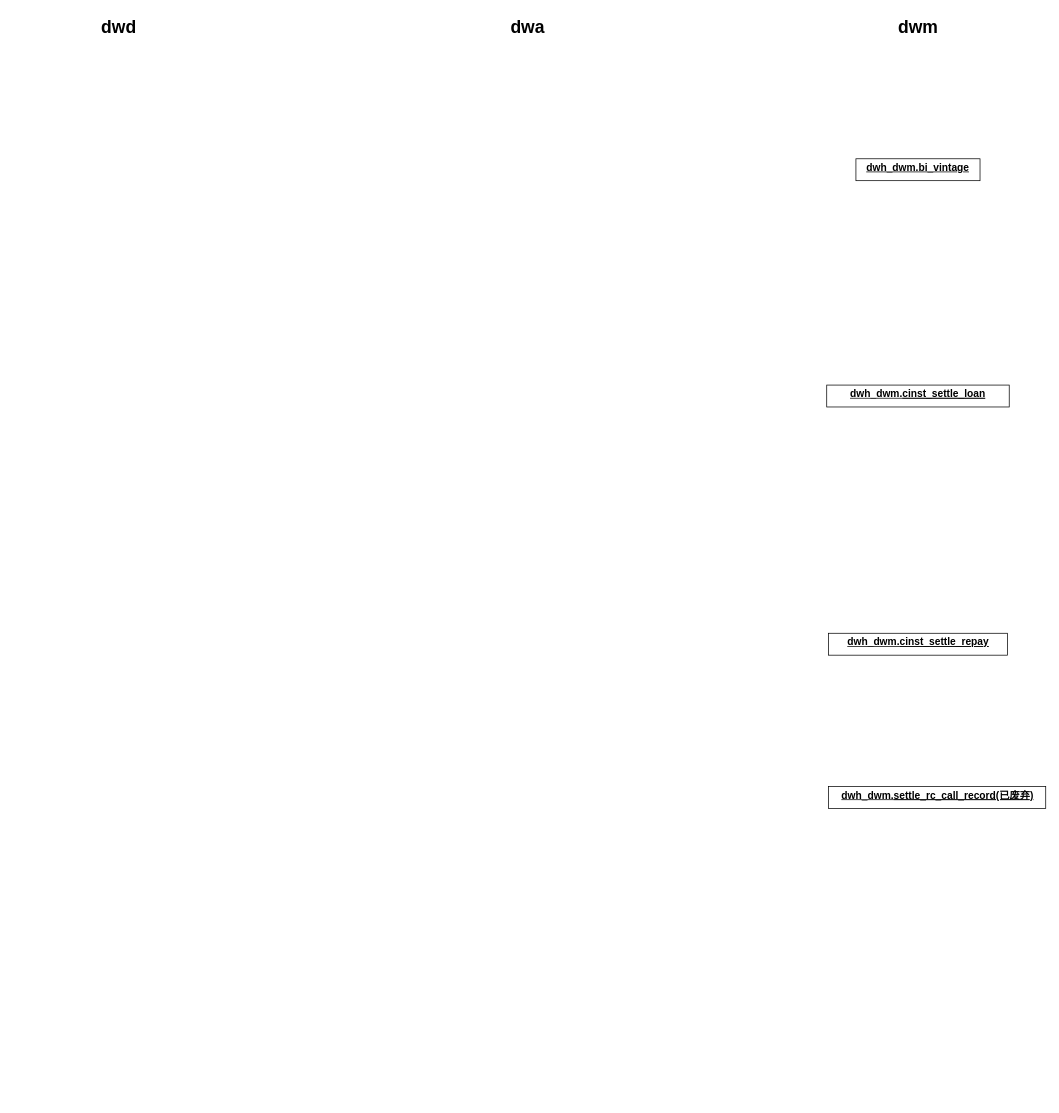
Before: dw_layers.drawio in wangsun870/drawio, a draw.io diagram. Source tidied: cells renumbered, new cells numbered last; positions are measured from the earlier drawing's top-left corner, leaving out a move shared by most shapes. Both pictures are drawn from the tidied source at 73%, with x=0, y=0 at pixel (82, 12).
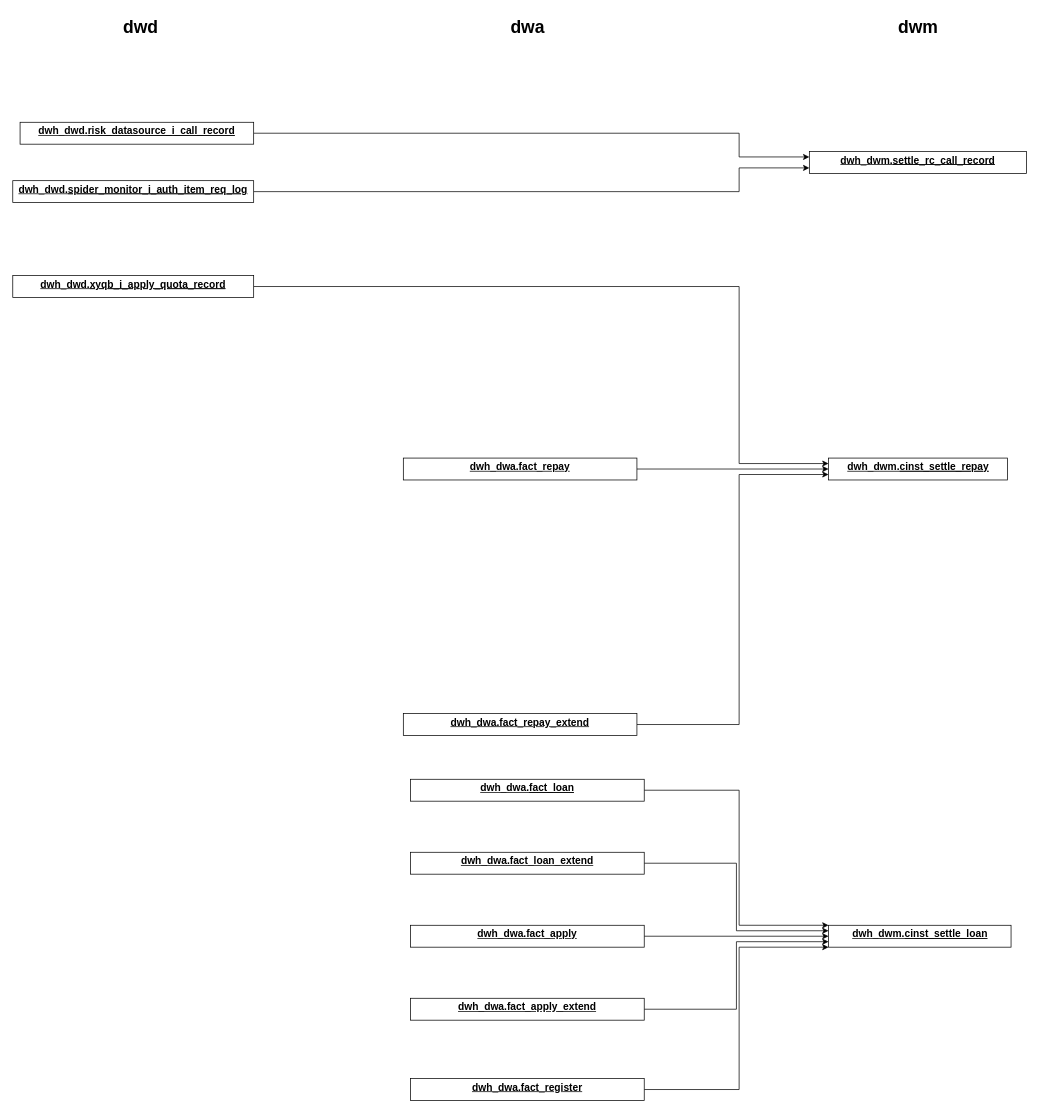
After the change.

What changed in the source:
```diff
@@
-    <mxCell id="2" value="&lt;p style=&quot;margin: 0px ; margin-top: 4px ; text-align: center ; text-decoration: underline&quot;&gt;&lt;b&gt;&lt;font style=&quot;font-size: 14px&quot;&gt;dwh_dwm.bi_vintage&lt;/font&gt;&lt;/b&gt;&lt;/p&gt;&lt;p style=&quot;margin: 0px ; margin-top: 4px ; text-align: center ; text-decoration: underline&quot;&gt;&lt;b&gt;&lt;br&gt;&lt;/b&gt;&lt;/p&gt;" style="verticalAlign=top;align=left;overflow=fill;fontSize=12;fontFamily=Helvetica;html=1;rounded=0;shadow=0;comic=0;labelBackgroundColor=none;strokeWidth=1;" parent="1" vertex="1">
-      <mxGeometry x="1060" y="200" width="170" height="30" as="geometry" />
-    </mxCell>
@@
     <mxCell id="5" value="dwd" style="text;strokeColor=none;fillColor=none;html=1;fontSize=24;fontStyle=1;verticalAlign=middle;align=center;" parent="1" vertex="1">
-      <mxGeometry width="100" height="40" as="geometry" />
+      <mxGeometry x="30" width="100" height="40" as="geometry" />
     </mxCell>
     <mxCell id="6" value="&lt;p style=&quot;margin: 0px ; margin-top: 4px ; text-align: center ; text-decoration: underline&quot;&gt;&lt;b&gt;&lt;font style=&quot;font-size: 14px&quot;&gt;dwh_dwm.&lt;/font&gt;&lt;/b&gt;&lt;b style=&quot;font-size: 14px&quot;&gt;&lt;u&gt;cinst_settle_loan&lt;/u&gt;&lt;/b&gt;&lt;/p&gt;&lt;p style=&quot;margin: 0px ; margin-top: 4px ; text-align: center ; text-decoration: underline&quot;&gt;&lt;b&gt;&lt;br&gt;&lt;/b&gt;&lt;/p&gt;" style="verticalAlign=top;align=left;overflow=fill;fontSize=12;fontFamily=Helvetica;html=1;rounded=0;shadow=0;comic=0;labelBackgroundColor=none;strokeWidth=1;" parent="1" vertex="1">
-      <mxGeometry x="1020" y="510" width="250" height="30" as="geometry" />
+      <mxGeometry x="1022.5" y="1250" width="250" height="30" as="geometry" />
     </mxCell>
     <mxCell id="7" value="&lt;p style=&quot;margin: 0px ; margin-top: 4px ; text-align: center ; text-decoration: underline&quot;&gt;&lt;b&gt;&lt;font style=&quot;font-size: 14px&quot;&gt;dwh_dwm.&lt;/font&gt;&lt;/b&gt;&lt;b style=&quot;font-size: 14px&quot;&gt;&lt;u&gt;cinst_settle_repay&lt;/u&gt;&lt;/b&gt;&lt;/p&gt;" style="verticalAlign=top;align=left;overflow=fill;fontSize=12;fontFamily=Helvetica;html=1;rounded=0;shadow=0;comic=0;labelBackgroundColor=none;strokeWidth=1;" parent="1" vertex="1">
-      <mxGeometry x="1022.5" y="850" width="245" height="30" as="geometry" />
+      <mxGeometry x="1022.5" y="610" width="245" height="30" as="geometry" />
     </mxCell>
-    <mxCell id="8" value="&lt;p style=&quot;margin: 0px ; margin-top: 4px ; text-align: center ; text-decoration: underline&quot;&gt;&lt;b&gt;&lt;font style=&quot;font-size: 14px&quot;&gt;dwh_dwm.&lt;/font&gt;&lt;/b&gt;&lt;b style=&quot;font-size: 14px&quot;&gt;&lt;u&gt;settle_rc_call_record(已废弃)&lt;/u&gt;&lt;/b&gt;&lt;/p&gt;" style="verticalAlign=top;align=left;overflow=fill;fontSize=12;fontFamily=Helvetica;html=1;rounded=0;shadow=0;comic=0;labelBackgroundColor=none;strokeWidth=1;" parent="1" vertex="1">
-      <mxGeometry x="1022.5" y="1060" width="297.5" height="30" as="geometry" />
+    <mxCell id="8" value="&lt;p style=&quot;margin: 0px ; margin-top: 4px ; text-align: center ; text-decoration: underline&quot;&gt;&lt;b&gt;&lt;font style=&quot;font-size: 14px&quot;&gt;dwh_dwm.&lt;/font&gt;&lt;/b&gt;&lt;b style=&quot;font-size: 14px&quot;&gt;&lt;u&gt;settle_rc_call_record&lt;/u&gt;&lt;/b&gt;&lt;/p&gt;" style="verticalAlign=top;align=left;overflow=fill;fontSize=12;fontFamily=Helvetica;html=1;rounded=0;shadow=0;comic=0;labelBackgroundColor=none;strokeWidth=1;" parent="1" vertex="1">
+      <mxGeometry x="996.2" y="190" width="297.5" height="30" as="geometry" />
     </mxCell>
+    <mxCell id="9" style="edgeStyle=orthogonalEdgeStyle;rounded=0;jettySize=auto;html=1;entryX=0;entryY=0.25;entryDx=0;entryDy=0;" parent="1" edge="1" source="10" target="8">
+      <mxGeometry relative="1" as="geometry">
+        <Array as="points">
+          <mxPoint x="900" y="165" />
+          <mxPoint x="900" y="198" />
+        </Array>
+      </mxGeometry>
+    </mxCell>
+    <mxCell id="10" value="&lt;p style=&quot;margin: 0px ; margin-top: 4px ; text-align: center ; text-decoration: underline&quot;&gt;&lt;b&gt;&lt;font style=&quot;font-size: 14px&quot;&gt;dwh_dwd.&lt;/font&gt;&lt;/b&gt;&lt;b style=&quot;font-size: 14px&quot;&gt;&lt;u&gt;risk_datasource_i_call_record&lt;/u&gt;&lt;/b&gt;&lt;/p&gt;&lt;p style=&quot;margin: 0px ; margin-top: 4px ; text-align: center ; text-decoration: underline&quot;&gt;&lt;b&gt;&lt;br&gt;&lt;/b&gt;&lt;/p&gt;" style="verticalAlign=top;align=left;overflow=fill;fontSize=12;fontFamily=Helvetica;html=1;rounded=0;shadow=0;comic=0;labelBackgroundColor=none;strokeWidth=1;" parent="1" vertex="1">
+      <mxGeometry x="-85" y="150" width="320" height="30" as="geometry" />
+    </mxCell>
+    <mxCell id="11" style="edgeStyle=orthogonalEdgeStyle;rounded=0;jettySize=auto;html=1;entryX=0;entryY=0.75;entryDx=0;entryDy=0;" parent="1" edge="1" source="12" target="8">
+      <mxGeometry relative="1" as="geometry">
+        <Array as="points">
+          <mxPoint x="900" y="245" />
+          <mxPoint x="900" y="213" />
+        </Array>
+      </mxGeometry>
+    </mxCell>
+    <mxCell id="12" value="&lt;p style=&quot;margin: 0px ; margin-top: 4px ; text-align: center ; text-decoration: underline&quot;&gt;&lt;b&gt;&lt;font style=&quot;font-size: 14px&quot;&gt;dwh_dwd.&lt;/font&gt;&lt;/b&gt;&lt;b style=&quot;font-size: 14px&quot;&gt;&lt;u&gt;spider_monitor_i_auth_item_req_log&lt;/u&gt;&lt;/b&gt;&lt;/p&gt;&lt;p style=&quot;margin: 0px ; margin-top: 4px ; text-align: center ; text-decoration: underline&quot;&gt;&lt;b&gt;&lt;br&gt;&lt;/b&gt;&lt;/p&gt;" style="verticalAlign=top;align=left;overflow=fill;fontSize=12;fontFamily=Helvetica;html=1;rounded=0;shadow=0;comic=0;labelBackgroundColor=none;strokeWidth=1;" parent="1" vertex="1">
+      <mxGeometry x="-95" y="230" width="330" height="30" as="geometry" />
+    </mxCell>
+    <mxCell id="13" style="edgeStyle=orthogonalEdgeStyle;rounded=0;jettySize=auto;html=1;entryX=0;entryY=0;entryDx=0;entryDy=0;" parent="1" edge="1" source="14" target="6">
+      <mxGeometry relative="1" as="geometry">
+        <Array as="points">
+          <mxPoint x="900" y="1065" />
+          <mxPoint x="900" y="1250" />
+        </Array>
+      </mxGeometry>
+    </mxCell>
+    <mxCell id="14" value="&lt;p style=&quot;margin: 0px ; margin-top: 4px ; text-align: center ; text-decoration: underline&quot;&gt;&lt;b&gt;&lt;font style=&quot;font-size: 14px&quot;&gt;dwh_dwa.&lt;/font&gt;&lt;/b&gt;&lt;b style=&quot;font-size: 14px&quot;&gt;&lt;u&gt;fact_loan&lt;/u&gt;&lt;/b&gt;&lt;/p&gt;&lt;p style=&quot;margin: 0px ; margin-top: 4px ; text-align: center ; text-decoration: underline&quot;&gt;&lt;b&gt;&lt;br&gt;&lt;/b&gt;&lt;/p&gt;" style="verticalAlign=top;align=left;overflow=fill;fontSize=12;fontFamily=Helvetica;html=1;rounded=0;shadow=0;comic=0;labelBackgroundColor=none;strokeWidth=1;" parent="1" vertex="1">
+      <mxGeometry x="450" y="1050" width="320" height="30" as="geometry" />
+    </mxCell>
+    <mxCell id="15" style="edgeStyle=orthogonalEdgeStyle;rounded=0;jettySize=auto;html=1;entryX=0;entryY=0.25;entryDx=0;entryDy=0;" parent="1" edge="1" source="16" target="6">
+      <mxGeometry relative="1" as="geometry" />
+    </mxCell>
+    <mxCell id="16" value="&lt;p style=&quot;margin: 4px 0px 0px ; text-align: center&quot;&gt;&lt;span style=&quot;font-size: 14px&quot;&gt;&lt;b&gt;&lt;u&gt;dwh_dwa.fact_loan_extend&lt;/u&gt;&lt;/b&gt;&lt;/span&gt;&lt;br&gt;&lt;/p&gt;" style="verticalAlign=top;align=left;overflow=fill;fontSize=12;fontFamily=Helvetica;html=1;rounded=0;shadow=0;comic=0;labelBackgroundColor=none;strokeWidth=1;" parent="1" vertex="1">
+      <mxGeometry x="450" y="1150" width="320" height="30" as="geometry" />
+    </mxCell>
+    <mxCell id="17" style="edgeStyle=orthogonalEdgeStyle;rounded=0;jettySize=auto;html=1;" parent="1" edge="1" source="18" target="7">
+      <mxGeometry relative="1" as="geometry" />
+    </mxCell>
+    <mxCell id="18" value="&lt;p style=&quot;margin: 4px 0px 0px ; text-align: center&quot;&gt;&lt;span style=&quot;font-size: 14px&quot;&gt;&lt;b&gt;&lt;u&gt;dwh_dwa.fact_repay&lt;/u&gt;&lt;/b&gt;&lt;/span&gt;&lt;br&gt;&lt;/p&gt;" style="verticalAlign=top;align=left;overflow=fill;fontSize=12;fontFamily=Helvetica;html=1;rounded=0;shadow=0;comic=0;labelBackgroundColor=none;strokeWidth=1;" parent="1" vertex="1">
+      <mxGeometry x="440" y="610" width="320" height="30" as="geometry" />
+    </mxCell>
+    <mxCell id="19" style="edgeStyle=orthogonalEdgeStyle;rounded=0;jettySize=auto;html=1;entryX=0;entryY=0.75;entryDx=0;entryDy=0;" parent="1" edge="1" source="20" target="7">
+      <mxGeometry relative="1" as="geometry">
+        <Array as="points">
+          <mxPoint x="900" y="975" />
+          <mxPoint x="900" y="633" />
+        </Array>
+      </mxGeometry>
+    </mxCell>
+    <mxCell id="20" value="&lt;p style=&quot;margin: 4px 0px 0px ; text-align: center&quot;&gt;&lt;span style=&quot;font-size: 14px&quot;&gt;&lt;b&gt;&lt;u&gt;dwh_dwa.fact_repay_extend&lt;/u&gt;&lt;/b&gt;&lt;/span&gt;&lt;br&gt;&lt;/p&gt;" style="verticalAlign=top;align=left;overflow=fill;fontSize=12;fontFamily=Helvetica;html=1;rounded=0;shadow=0;comic=0;labelBackgroundColor=none;strokeWidth=1;" parent="1" vertex="1">
+      <mxGeometry x="440" y="960" width="320" height="30" as="geometry" />
+    </mxCell>
+    <mxCell id="21" style="edgeStyle=orthogonalEdgeStyle;rounded=0;jettySize=auto;html=1;entryX=0;entryY=0.5;entryDx=0;entryDy=0;" parent="1" edge="1" source="22" target="6">
+      <mxGeometry relative="1" as="geometry" />
+    </mxCell>
+    <mxCell id="22" value="&lt;p style=&quot;margin: 4px 0px 0px ; text-align: center&quot;&gt;&lt;span style=&quot;font-size: 14px&quot;&gt;&lt;b&gt;&lt;u&gt;dwh_dwa.fact_apply&lt;/u&gt;&lt;/b&gt;&lt;/span&gt;&lt;br&gt;&lt;/p&gt;" style="verticalAlign=top;align=left;overflow=fill;fontSize=12;fontFamily=Helvetica;html=1;rounded=0;shadow=0;comic=0;labelBackgroundColor=none;strokeWidth=1;" parent="1" vertex="1">
+      <mxGeometry x="450" y="1250" width="320" height="30" as="geometry" />
+    </mxCell>
+    <mxCell id="23" style="edgeStyle=orthogonalEdgeStyle;rounded=0;jettySize=auto;html=1;entryX=0;entryY=0.75;entryDx=0;entryDy=0;" parent="1" edge="1" source="24" target="6">
+      <mxGeometry relative="1" as="geometry" />
+    </mxCell>
+    <mxCell id="24" value="&lt;p style=&quot;margin: 4px 0px 0px ; text-align: center&quot;&gt;&lt;span style=&quot;font-size: 14px&quot;&gt;&lt;b&gt;&lt;u&gt;dwh_dwa.fact_apply_extend&lt;/u&gt;&lt;/b&gt;&lt;/span&gt;&lt;br&gt;&lt;/p&gt;" style="verticalAlign=top;align=left;overflow=fill;fontSize=12;fontFamily=Helvetica;html=1;rounded=0;shadow=0;comic=0;labelBackgroundColor=none;strokeWidth=1;" parent="1" vertex="1">
+      <mxGeometry x="450" y="1350" width="320" height="30" as="geometry" />
+    </mxCell>
+    <mxCell id="25" style="edgeStyle=orthogonalEdgeStyle;rounded=0;jettySize=auto;html=1;entryX=0;entryY=1;entryDx=0;entryDy=0;" parent="1" edge="1" source="26" target="6">
+      <mxGeometry relative="1" as="geometry">
+        <Array as="points">
+          <mxPoint x="900" y="1475" />
+          <mxPoint x="900" y="1280" />
+        </Array>
+      </mxGeometry>
+    </mxCell>
+    <mxCell id="26" value="&lt;p style=&quot;margin: 4px 0px 0px ; text-align: center&quot;&gt;&lt;span style=&quot;font-size: 14px&quot;&gt;&lt;b&gt;&lt;u&gt;dwh_dwa.fact_register&lt;/u&gt;&lt;/b&gt;&lt;/span&gt;&lt;br&gt;&lt;/p&gt;" style="verticalAlign=top;align=left;overflow=fill;fontSize=12;fontFamily=Helvetica;html=1;rounded=0;shadow=0;comic=0;labelBackgroundColor=none;strokeWidth=1;" parent="1" vertex="1">
+      <mxGeometry x="450" y="1460" width="320" height="30" as="geometry" />
+    </mxCell>
+    <mxCell id="27" style="edgeStyle=orthogonalEdgeStyle;rounded=0;jettySize=auto;html=1;entryX=0;entryY=0.25;entryDx=0;entryDy=0;" parent="1" edge="1" source="28" target="7">
+      <mxGeometry relative="1" as="geometry">
+        <Array as="points">
+          <mxPoint x="900" y="375" />
+          <mxPoint x="900" y="618" />
+        </Array>
+      </mxGeometry>
+    </mxCell>
+    <mxCell id="28" value="&lt;p style=&quot;margin: 0px ; margin-top: 4px ; text-align: center ; text-decoration: underline&quot;&gt;&lt;b&gt;&lt;font style=&quot;font-size: 14px&quot;&gt;dwh_dwd.&lt;/font&gt;&lt;/b&gt;&lt;b style=&quot;font-size: 14px&quot;&gt;&lt;u&gt;xyqb_i_apply_quota_record&lt;/u&gt;&lt;/b&gt;&lt;/p&gt;" style="verticalAlign=top;align=left;overflow=fill;fontSize=12;fontFamily=Helvetica;html=1;rounded=0;shadow=0;comic=0;labelBackgroundColor=none;strokeWidth=1;" parent="1" vertex="1">
+      <mxGeometry x="-95" y="360" width="330" height="30" as="geometry" />
+    </mxCell>
```
